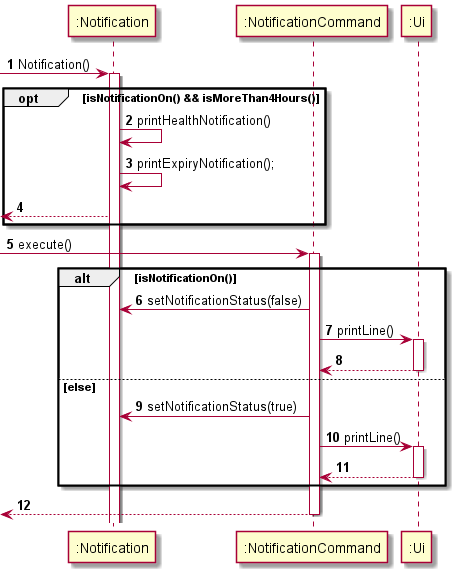
The PlantUML diagram docs/umlDiagrams/NotificationSequence.png in uosjapuelks/tp, before a commit.
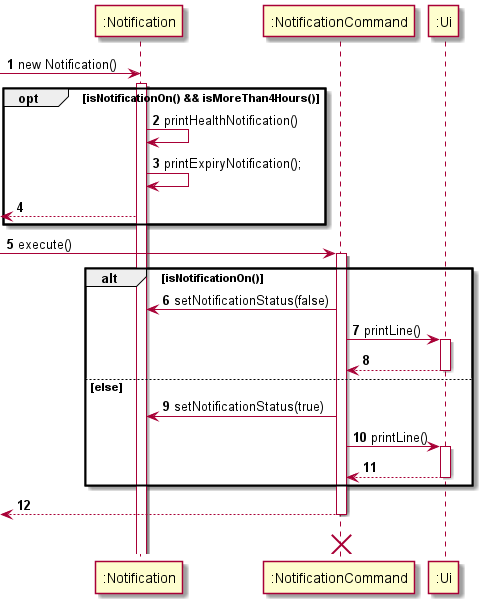
Later version of the same file.

Commit message:
Change sequence diagrams

The edit, as a diff of the source:
```diff
@@ -1,36 +1,41 @@
 @startuml
+Participant ":Notification" as Notification
+Participant ":NotificationCommand" as NotificationCommand
 
 autonumber
 
--> ":Notification": Notification()
-activate ":Notification"
+create Notification
+-> Notification: new Notification()
+activate Notification
 
     opt isNotificationOn() && isMoreThan4Hours()
-        ":Notification" -> ":Notification": printHealthNotification()
-        ":Notification" -> ":Notification": printExpiryNotification();
-        <-- ":Notification"
+        Notification -> Notification: printHealthNotification()
+        Notification -> Notification: printExpiryNotification();
+        <-- Notification
     end
 
 
--> ":NotificationCommand": execute()
-activate ":NotificationCommand"
+-> NotificationCommand: execute()
+activate NotificationCommand
 
     alt isNotificationOn()
-        ":NotificationCommand" -> ":Notification": setNotificationStatus(false)
-        ":NotificationCommand" -> ":Ui": printLine()
+        NotificationCommand -> Notification: setNotificationStatus(false)
+        NotificationCommand -> ":Ui": printLine()
         activate ":Ui"
-        ":NotificationCommand" <-- ":Ui"
+        NotificationCommand <-- ":Ui"
         deactivate ":Ui"
 
     else else
-            ":NotificationCommand" -> ":Notification": setNotificationStatus(true)
-            ":NotificationCommand" -> ":Ui": printLine()
+            NotificationCommand -> Notification: setNotificationStatus(true)
+            NotificationCommand -> ":Ui": printLine()
             activate ":Ui"
-            ":NotificationCommand" <-- ":Ui"
+            NotificationCommand <-- ":Ui"
             deactivate ":Ui"
 
     end
-    <-- ":NotificationCommand"
-deactivate ":NotificationCommand"
+    <-- NotificationCommand
+deactivate NotificationCommand
+    <-[hidden]- NotificationCommand
+destroy NotificationCommand
 
 @enduml
```
